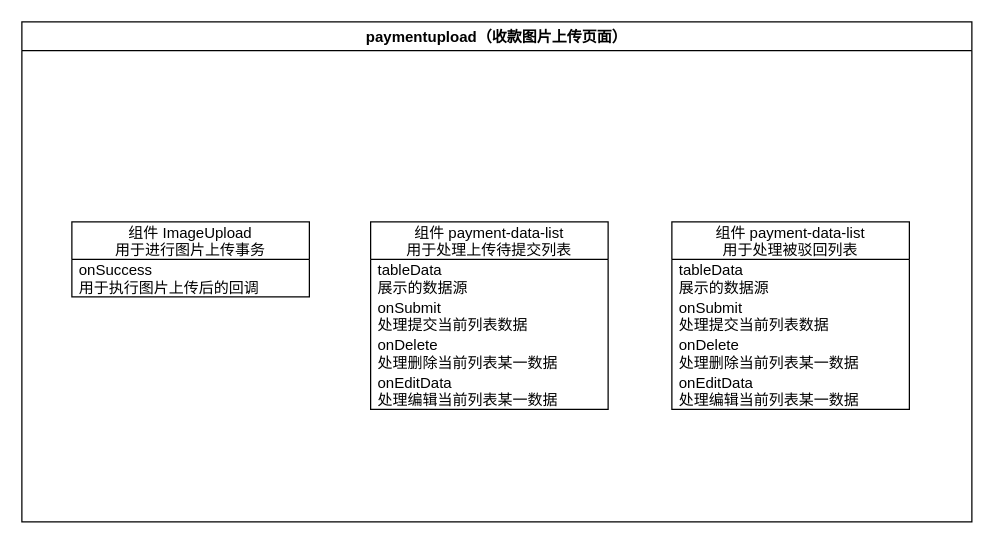
Earlier version of the draw.io diagram 软通建投项目交接.drawio (alphaAE/Diagrams). Source tidied: cells renumbered, new cells numbered last; positions are measured from the earlier drawing's top-left corner, leaving out a move shared by most shapes. Both pictures are drawn from the tidied source at 125%, with x=0, y=0 at pixel (21, 21).
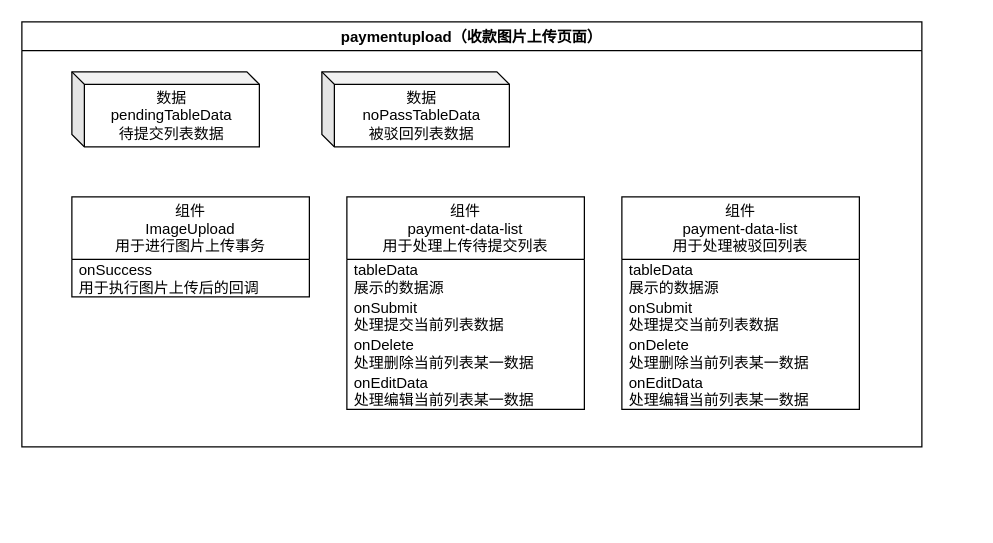
Above is the later version.

Commit message (it also covers changes not shown here):
更新软通建投项目交接.drawio

The edit, as a diff of the source:
```diff
@@
 <mxGraphModel>
   <root>
     <mxCell id="0" />
     <mxCell id="1" parent="0" />
     <mxCell id="2" value="paymentupload（收款图片上传页面）" style="swimlane;" parent="1" vertex="1">
-      <mxGeometry width="760" height="400" as="geometry" />
+      <mxGeometry width="720" height="340" as="geometry" />
     </mxCell>
-    <mxCell id="3" value="组件 ImageUpload&#10;用于进行图片上传事务" style="swimlane;fontStyle=0;horizontal=1;startSize=30;" parent="2" vertex="1">
-      <mxGeometry x="40" y="160" width="190" height="60" as="geometry" />
+    <mxCell id="3" value="组件&#10;ImageUpload&#10;用于进行图片上传事务" style="swimlane;fontStyle=0;horizontal=1;startSize=50;" parent="2" vertex="1">
+      <mxGeometry x="40" y="140" width="190" height="80" as="geometry" />
     </mxCell>
     <mxCell id="4" value="onSuccess&#10;用于执行图片上传后的回调" style="text;strokeColor=none;fillColor=none;align=left;verticalAlign=middle;spacingLeft=4;spacingRight=4;overflow=hidden;" parent="3" vertex="1">
-      <mxGeometry y="30" width="190" height="30" as="geometry" />
+      <mxGeometry y="50" width="190" height="30" as="geometry" />
     </mxCell>
-    <mxCell id="5" value="组件 payment-data-list&#10;用于处理上传待提交列表" style="swimlane;fontStyle=0;horizontal=1;startSize=30;" parent="2" vertex="1">
-      <mxGeometry x="279" y="160" width="190" height="150" as="geometry" />
+    <mxCell id="5" value="组件&#10;payment-data-list&#10;用于处理上传待提交列表" style="swimlane;fontStyle=0;horizontal=1;startSize=50;" parent="2" vertex="1">
+      <mxGeometry x="260" y="140" width="190" height="170" as="geometry" />
     </mxCell>
     <mxCell id="6" value="tableData&#10;展示的数据源" style="text;strokeColor=none;fillColor=none;align=left;verticalAlign=middle;spacingLeft=4;spacingRight=4;overflow=hidden;" parent="5" vertex="1">
-      <mxGeometry y="30" width="190" height="30" as="geometry" />
+      <mxGeometry y="50" width="190" height="30" as="geometry" />
     </mxCell>
     <mxCell id="7" value="onSubmit&#10;处理提交当前列表数据" style="text;strokeColor=none;fillColor=none;align=left;verticalAlign=middle;spacingLeft=4;spacingRight=4;overflow=hidden;" parent="5" vertex="1">
-      <mxGeometry y="60" width="190" height="30" as="geometry" />
+      <mxGeometry y="80" width="190" height="30" as="geometry" />
     </mxCell>
     <mxCell id="8" value="onDelete&#10;处理删除当前列表某一数据" style="text;strokeColor=none;fillColor=none;align=left;verticalAlign=middle;spacingLeft=4;spacingRight=4;overflow=hidden;" parent="5" vertex="1">
-      <mxGeometry y="90" width="190" height="30" as="geometry" />
+      <mxGeometry y="110" width="190" height="30" as="geometry" />
     </mxCell>
     <mxCell id="9" value="onEditData&#10;处理编辑当前列表某一数据" style="text;strokeColor=none;fillColor=none;align=left;verticalAlign=middle;spacingLeft=4;spacingRight=4;overflow=hidden;" parent="5" vertex="1">
-      <mxGeometry y="120" width="190" height="30" as="geometry" />
+      <mxGeometry y="140" width="190" height="30" as="geometry" />
     </mxCell>
-    <mxCell id="10" value="组件 payment-data-list&#10;用于处理被驳回列表" style="swimlane;fontStyle=0;horizontal=1;startSize=30;" parent="2" vertex="1">
-      <mxGeometry x="520" y="160" width="190" height="150" as="geometry" />
+    <mxCell id="10" value="组件&#10;payment-data-list&#10;用于处理被驳回列表" style="swimlane;fontStyle=0;horizontal=1;startSize=50;" parent="2" vertex="1">
+      <mxGeometry x="480" y="140" width="190" height="170" as="geometry" />
     </mxCell>
     <mxCell id="11" value="tableData&#10;展示的数据源" style="text;strokeColor=none;fillColor=none;align=left;verticalAlign=middle;spacingLeft=4;spacingRight=4;overflow=hidden;" parent="10" vertex="1">
-      <mxGeometry y="30" width="190" height="30" as="geometry" />
+      <mxGeometry y="50" width="190" height="30" as="geometry" />
     </mxCell>
     <mxCell id="12" value="onSubmit&#10;处理提交当前列表数据" style="text;strokeColor=none;fillColor=none;align=left;verticalAlign=middle;spacingLeft=4;spacingRight=4;overflow=hidden;" parent="10" vertex="1">
-      <mxGeometry y="60" width="190" height="30" as="geometry" />
+      <mxGeometry y="80" width="190" height="30" as="geometry" />
     </mxCell>
     <mxCell id="13" value="onDelete&#10;处理删除当前列表某一数据" style="text;strokeColor=none;fillColor=none;align=left;verticalAlign=middle;spacingLeft=4;spacingRight=4;overflow=hidden;" parent="10" vertex="1">
-      <mxGeometry y="90" width="190" height="30" as="geometry" />
+      <mxGeometry y="110" width="190" height="30" as="geometry" />
     </mxCell>
     <mxCell id="14" value="onEditData&#10;处理编辑当前列表某一数据" style="text;strokeColor=none;fillColor=none;align=left;verticalAlign=middle;spacingLeft=4;spacingRight=4;overflow=hidden;" parent="10" vertex="1">
-      <mxGeometry y="120" width="190" height="30" as="geometry" />
+      <mxGeometry y="140" width="190" height="30" as="geometry" />
     </mxCell>
+    <mxCell id="15" value="数据&lt;br&gt;pendingTableData&lt;br&gt;待提交列表数据" style="shape=cube;whiteSpace=wrap;html=1;boundedLbl=1;backgroundOutline=1;darkOpacity=0.05;darkOpacity2=0.1;fillColor=default;size=10;" parent="2" vertex="1">
+      <mxGeometry x="40" y="40" width="150" height="60" as="geometry" />
+    </mxCell>
+    <mxCell id="16" value="数据&lt;br&gt;noPassTableData&lt;br&gt;被驳回列表数据" style="shape=cube;whiteSpace=wrap;html=1;boundedLbl=1;backgroundOutline=1;darkOpacity=0.05;darkOpacity2=0.1;size=10;" parent="2" vertex="1">
+      <mxGeometry x="240" y="40" width="150" height="60" as="geometry" />
+    </mxCell>
   </root>
 </mxGraphModel>
```
